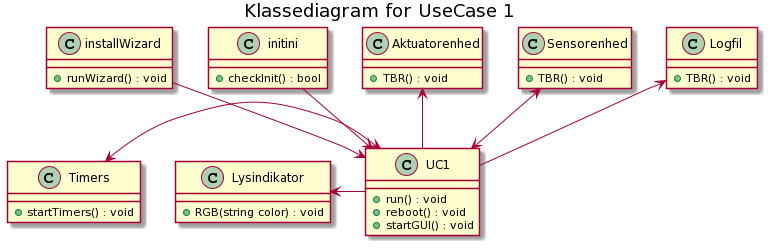
This is Design/CC/Klasser/UseCase1/klasseDiagramUC1.png from Solvgraa-mager/E4PRJ4, a PlantUML export, as it was before one commit. The source it was exported from:
```plantuml
@startuml
title Klassediagram for UseCase 1

class Lysindikator{
    +RGB(string color) : void
}
class Timers{
    +startTimers() : void
}
class UC1{
    +run() : void
    +reboot() : void
    +startGUI() : void
}
class installWizard{
    +runWizard() : void
}
class initini{
    +checkInit() : bool
}
class Aktuatorenhed{
    +TBR() : void
}
class Sensorenhed{
    +TBR() : void
}
class Logfil{
    +TBR() : void
}


initini --> UC1
Timers <-> UC1
installWizard --> UC1
Sensorenhed <--> UC1
Aktuatorenhed <-- UC1
Logfil <-- UC1
Lysindikator <- UC1
@enduml
```
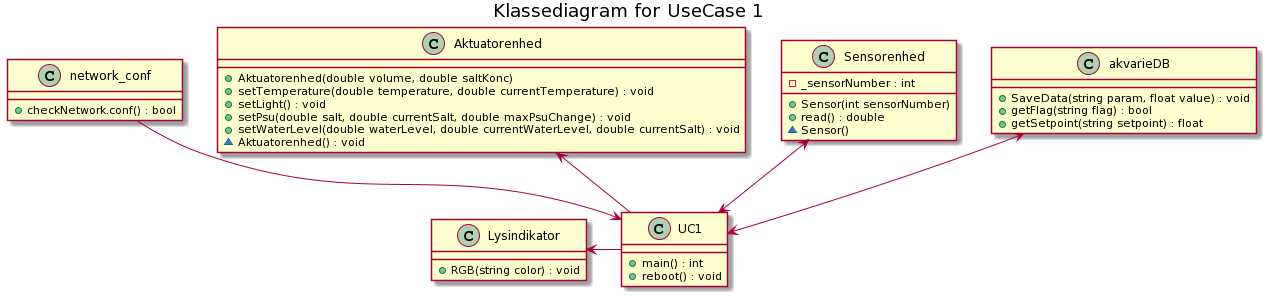
Above is the later version.

The edit, as a diff of the source:
```diff
@@ -4,36 +4,39 @@
 class Lysindikator{
     +RGB(string color) : void
 }
-class Timers{
-    +startTimers() : void
+
+class UC1{
+    +main() : int
+    +reboot() : void
 }
-class UC1{
-    +run() : void
-    +reboot() : void
-    +startGUI() : void
-}
-class installWizard{
-    +runWizard() : void
-}
-class initini{
-    +checkInit() : bool
+class network_conf{
+    +checkNetwork.conf() : bool
 }
 class Aktuatorenhed{
-    +TBR() : void
+    +Aktuatorenhed(double volume, double saltKonc)
+    +setTemperature(double temperature, double currentTemperature) : void
+    +setLight() : void
+    +setPsu(double salt, double currentSalt, double maxPsuChange) : void
+    +setWaterLevel(double waterLevel, double currentWaterLevel, double currentSalt) : void
+    ~Aktuatorenhed() : void
 }
 class Sensorenhed{
-    +TBR() : void
+    +Sensor(int sensorNumber)
+    +read() : double
+    -_sensorNumber : int
+    ~Sensor()
 }
-class Logfil{
-    +TBR() : void
+class akvarieDB{
+    +SaveData(string param, float value) : void
+    +getFlag(string flag) : bool
+    +getSetpoint(string setpoint) : float
+
 }
 
 
-initini --> UC1
-Timers <-> UC1
-installWizard --> UC1
+network_conf --> UC1
 Sensorenhed <--> UC1
 Aktuatorenhed <-- UC1
-Logfil <-- UC1
+akvarieDB <--> UC1
 Lysindikator <- UC1
 @enduml
```
